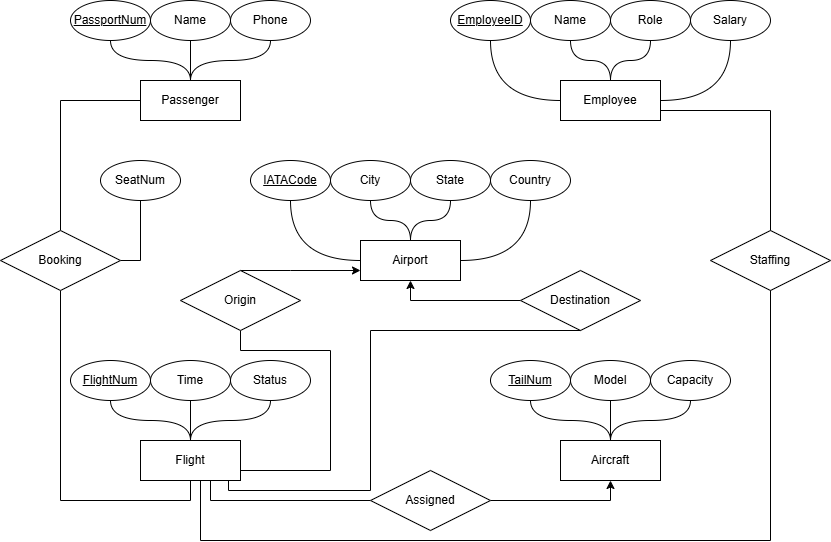
Before: ER Diagram.png, a diagram exported from draw.io (amohanty03/Airline-Management-Database). Source tidied: cells renumbered, new cells last; positions are measured from the earlier drawing's top-left corner, leaving out a move shared by most shapes.
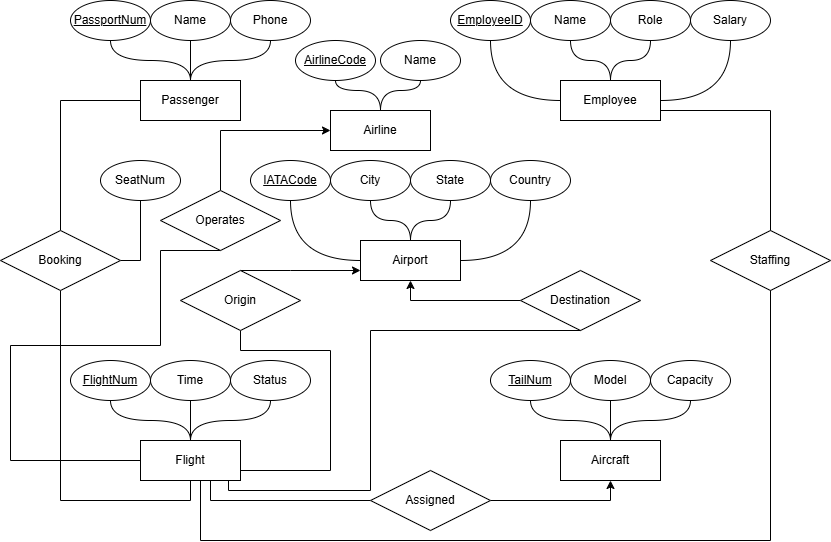
The same file after the commit.

Diff of the diagram source:
```diff
@@ -207,5 +207,42 @@
     <mxCell id="57" value="SeatNum" style="ellipse;whiteSpace=wrap;html=1;align=center;" parent="1" vertex="1">
       <mxGeometry x="100" y="160" width="80" height="40" as="geometry" />
     </mxCell>
+    <mxCell id="58" style="edgeStyle=orthogonalEdgeStyle;rounded=0;jettySize=auto;html=1;curved=1;endArrow=none;endFill=0;entryX=0.5;entryY=1;entryDx=0;entryDy=0;" parent="1" edge="1" source="60" target="61">
+      <mxGeometry relative="1" as="geometry" />
+    </mxCell>
+    <mxCell id="59" style="edgeStyle=orthogonalEdgeStyle;rounded=0;jettySize=auto;html=1;curved=1;endArrow=none;endFill=0;entryX=0.5;entryY=1;entryDx=0;entryDy=0;" parent="1" edge="1" source="60" target="62">
+      <mxGeometry relative="1" as="geometry" />
+    </mxCell>
+    <mxCell id="60" value="Airline" style="whiteSpace=wrap;html=1;align=center;" parent="1" vertex="1">
+      <mxGeometry x="330" y="110" width="100" height="40" as="geometry" />
+    </mxCell>
+    <mxCell id="61" value="&lt;u&gt;AirlineCode&lt;/u&gt;" style="ellipse;whiteSpace=wrap;html=1;align=center;" parent="1" vertex="1">
+      <mxGeometry x="295" y="40" width="80" height="40" as="geometry" />
+    </mxCell>
+    <mxCell id="62" value="Name" style="ellipse;whiteSpace=wrap;html=1;align=center;" parent="1" vertex="1">
+      <mxGeometry x="380" y="40" width="80" height="40" as="geometry" />
+    </mxCell>
+    <mxCell id="63" style="edgeStyle=orthogonalEdgeStyle;rounded=0;jettySize=auto;html=1;exitX=0.5;exitY=0;exitDx=0;exitDy=0;endArrow=classic;endFill=1;" parent="1" edge="1" source="65">
+      <mxGeometry relative="1" as="geometry">
+        <mxPoint x="330" y="130" as="targetPoint" />
+        <Array as="points">
+          <mxPoint x="220" y="130" />
+          <mxPoint x="330" y="130" />
+        </Array>
+      </mxGeometry>
+    </mxCell>
+    <mxCell id="64" style="edgeStyle=orthogonalEdgeStyle;rounded=0;jettySize=auto;html=1;exitX=0.5;exitY=1;exitDx=0;exitDy=0;entryX=0;entryY=0.5;entryDx=0;entryDy=0;endArrow=none;endFill=0;" parent="1" edge="1" source="65" target="10">
+      <mxGeometry relative="1" as="geometry">
+        <Array as="points">
+          <mxPoint x="160" y="250" />
+          <mxPoint x="160" y="345" />
+          <mxPoint x="10" y="345" />
+          <mxPoint x="10" y="460" />
+        </Array>
+      </mxGeometry>
+    </mxCell>
+    <mxCell id="65" value="Operates" style="shape=rhombus;perimeter=rhombusPerimeter;whiteSpace=wrap;html=1;align=center;" parent="1" vertex="1">
+      <mxGeometry x="160" y="190" width="120" height="60" as="geometry" />
+    </mxCell>
   </root>
 </mxGraphModel>
```
